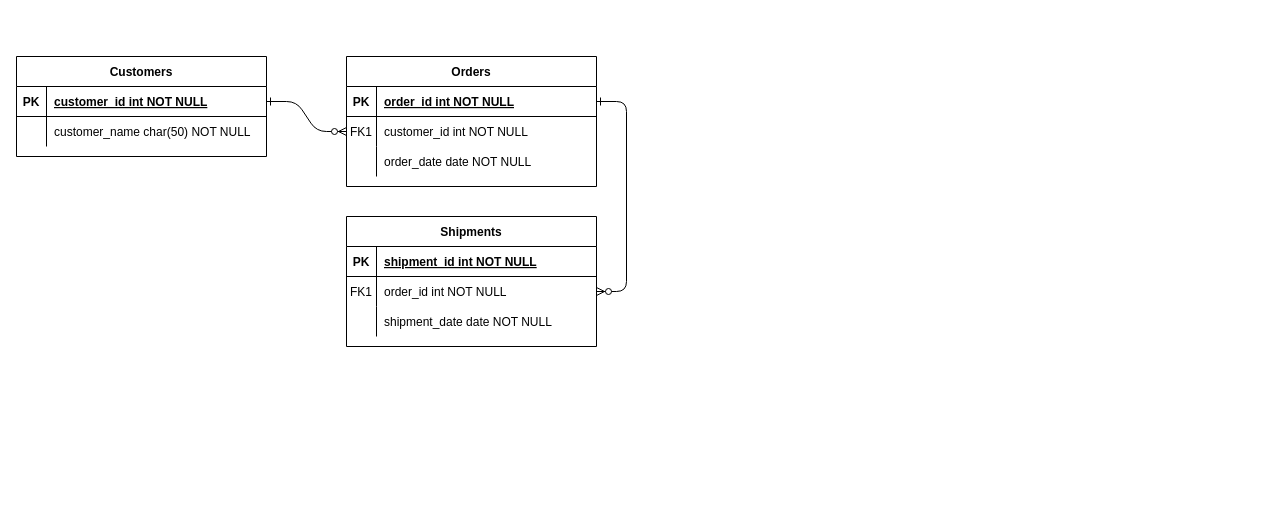
Before: ejercicio1.drawio in hbenjumea/db-mysql-dh, a draw.io diagram. Source tidied: cells renumbered, new cells numbered last; positions are measured from the earlier drawing's top-left corner, leaving out a move shared by most shapes. Both pictures are drawn from the tidied source at 100%, with x=0, y=0 at pixel (16, 56).
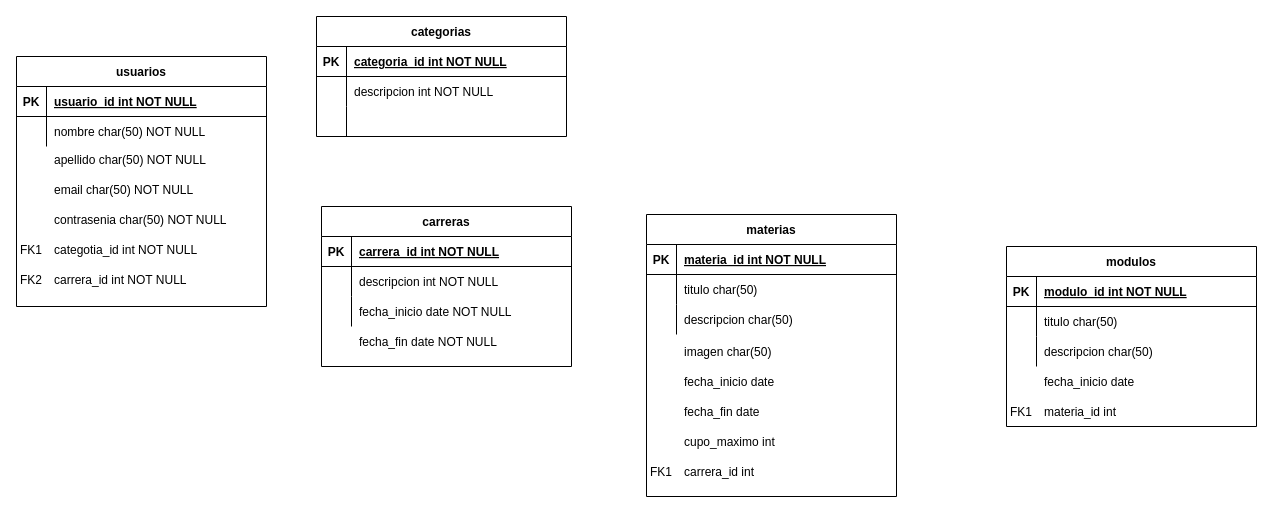
The same page after the edit.

The change refers to these unchanged cells:
```xml
<mxCell id="5" style="shape=partialRectangle;fillColor=none;points=[[0,0.5],[1,0.5]];portConstraint=eastwest;top=0;left=0;right=0;bottom=1;" parent="4" vertex="1">
  <mxGeometry y="30" width="250" height="30" as="geometry" />
</mxCell>
<mxCell id="8" style="shape=partialRectangle;fillColor=none;points=[[0,0.5],[1,0.5]];portConstraint=eastwest;top=0;left=0;right=0;bottom=0;" parent="4" vertex="1">
  <mxGeometry y="60" width="250" height="30" as="geometry" />
</mxCell>
<mxCell id="11" style="shape=partialRectangle;fillColor=none;top=0;left=0;right=0;bottom=0;" parent="4" vertex="1">
  <mxGeometry y="90" width="250" height="30" as="geometry" />
</mxCell>
<mxCell id="15" style="shape=partialRectangle;fillColor=none;top=0;left=0;right=0;bottom=1;" parent="14" vertex="1">
  <mxGeometry y="30" width="250" height="30" as="geometry" />
</mxCell>
<mxCell id="18" style="shape=partialRectangle;fillColor=none;points=[[0,0.5],[1,0.5]];portConstraint=eastwest;top=0;left=0;right=0;bottom=0;" parent="14" vertex="1">
  <mxGeometry y="60" width="250" height="30" as="geometry" />
</mxCell>
<mxCell id="21" style="shape=partialRectangle;fillColor=none;top=0;left=0;right=0;bottom=0;" parent="14" vertex="1">
  <mxGeometry y="90" width="250" height="30" as="geometry" />
</mxCell>
<mxCell id="25" style="shape=partialRectangle;fillColor=none;points=[[0,0.5],[1,0.5]];portConstraint=eastwest;top=0;left=0;right=0;bottom=1;" parent="24" vertex="1">
  <mxGeometry y="30" width="250" height="30" as="geometry" />
</mxCell>
<mxCell id="28" style="shape=partialRectangle;fillColor=none;top=0;left=0;right=0;bottom=0;" parent="24" vertex="1">
  <mxGeometry y="60" width="250" height="30" as="geometry" />
</mxCell>
```

The edit, as a diff of the source:
```diff
@@
-    <mxCell id="2" style="edgeStyle=entityRelationEdgeStyle;endArrow=ERzeroToMany;startArrow=ERone;endFill=1;startFill=0;" parent="1" edge="1" source="25" target="8">
-      <mxGeometry relative="1" as="geometry" />
-    </mxCell>
-    <mxCell id="3" style="edgeStyle=entityRelationEdgeStyle;endArrow=ERzeroToMany;startArrow=ERone;endFill=1;startFill=0;" parent="1" edge="1" source="5" target="18">
-      <mxGeometry relative="1" as="geometry" />
-    </mxCell>
-    <mxCell id="4" value="Orders" style="shape=table;startSize=30;childLayout=tableLayout;rowLines=0;fontStyle=1;align=center;" parent="1" vertex="1">
-      <mxGeometry x="330" width="250" height="130" as="geometry" />
+    <mxCell id="4" value="materias" style="shape=table;startSize=30;childLayout=tableLayout;rowLines=0;fontStyle=1;align=center;" parent="1" vertex="1">
+      <mxGeometry x="630" y="158" width="250" height="282" as="geometry" />
     </mxCell>
@@
-    <mxCell id="7" value="order_id int NOT NULL " style="shape=partialRectangle;overflow=hidden;fillColor=none;top=0;left=0;bottom=0;right=0;align=left;spacingLeft=6;fontStyle=5;" parent="5" vertex="1">
+    <mxCell id="7" value="materia_id int NOT NULL " style="shape=partialRectangle;overflow=hidden;fillColor=none;top=0;left=0;bottom=0;right=0;align=left;spacingLeft=6;fontStyle=5;" parent="5" vertex="1">
       <mxGeometry x="30" width="220" height="30" as="geometry" />
     </mxCell>
@@
-    <mxCell id="9" value="FK1" style="shape=partialRectangle;overflow=hidden;fillColor=none;top=0;left=0;bottom=0;right=0;" parent="8" vertex="1">
+    <mxCell id="9" style="shape=partialRectangle;overflow=hidden;fillColor=none;top=0;left=0;bottom=0;right=0;" parent="8" vertex="1">
       <mxGeometry width="30" height="30" as="geometry" />
     </mxCell>
-    <mxCell id="10" value="customer_id int NOT NULL" style="shape=partialRectangle;overflow=hidden;fillColor=none;top=0;left=0;bottom=0;right=0;align=left;spacingLeft=6;" parent="8" vertex="1">
+    <mxCell id="10" value="titulo char(50)" style="shape=partialRectangle;overflow=hidden;fillColor=none;top=0;left=0;bottom=0;right=0;align=left;spacingLeft=6;" parent="8" vertex="1">
       <mxGeometry x="30" width="220" height="30" as="geometry" />
     </mxCell>
@@
-    <mxCell id="13" value="order_date date NOT NULL" style="shape=partialRectangle;overflow=hidden;fillColor=none;top=0;left=0;bottom=0;right=0;align=left;spacingLeft=6;" parent="11" vertex="1">
+    <mxCell id="13" value="descripcion char(50)" style="shape=partialRectangle;overflow=hidden;fillColor=none;top=0;left=0;bottom=0;right=0;align=left;spacingLeft=6;" parent="11" vertex="1">
       <mxGeometry x="30" width="220" height="30" as="geometry" />
     </mxCell>
-    <mxCell id="14" value="Shipments" style="shape=table;startSize=30;childLayout=tableLayout;rowLines=0;fontStyle=1;align=center;" parent="1" vertex="1">
-      <mxGeometry x="330" y="160" width="250" height="130" as="geometry" />
+    <mxCell id="14" value="modulos" style="shape=table;startSize=30;childLayout=tableLayout;rowLines=0;fontStyle=1;align=center;" parent="1" vertex="1">
+      <mxGeometry x="990" y="190" width="250" height="180" as="geometry" />
     </mxCell>
@@
-    <mxCell id="17" value="shipment_id int NOT NULL " style="shape=partialRectangle;overflow=hidden;fillColor=none;top=0;left=0;bottom=0;right=0;align=left;spacingLeft=6;fontStyle=5;" parent="15" vertex="1">
+    <mxCell id="17" value="modulo_id int NOT NULL " style="shape=partialRectangle;overflow=hidden;fillColor=none;top=0;left=0;bottom=0;right=0;align=left;spacingLeft=6;fontStyle=5;" parent="15" vertex="1">
       <mxGeometry x="30" width="220" height="30" as="geometry" />
     </mxCell>
@@
-    <mxCell id="19" value="FK1" style="shape=partialRectangle;overflow=hidden;fillColor=none;top=0;left=0;bottom=0;right=0;" parent="18" vertex="1">
+    <mxCell id="19" style="shape=partialRectangle;overflow=hidden;fillColor=none;top=0;left=0;bottom=0;right=0;" parent="18" vertex="1">
       <mxGeometry width="30" height="30" as="geometry" />
     </mxCell>
-    <mxCell id="20" value="order_id int NOT NULL" style="shape=partialRectangle;overflow=hidden;fillColor=none;top=0;left=0;bottom=0;right=0;align=left;spacingLeft=6;" parent="18" vertex="1">
+    <mxCell id="20" value="titulo char(50)" style="shape=partialRectangle;overflow=hidden;fillColor=none;top=0;left=0;bottom=0;right=0;align=left;spacingLeft=6;" parent="18" vertex="1">
       <mxGeometry x="30" width="220" height="30" as="geometry" />
     </mxCell>
@@
-    <mxCell id="23" value="shipment_date date NOT NULL" style="shape=partialRectangle;overflow=hidden;fillColor=none;top=0;left=0;bottom=0;right=0;align=left;spacingLeft=6;" parent="21" vertex="1">
+    <mxCell id="23" value="descripcion char(50)" style="shape=partialRectangle;overflow=hidden;fillColor=none;top=0;left=0;bottom=0;right=0;align=left;spacingLeft=6;" parent="21" vertex="1">
       <mxGeometry x="30" width="220" height="30" as="geometry" />
     </mxCell>
-    <mxCell id="24" value="Customers" style="shape=table;startSize=30;childLayout=tableLayout;rowLines=0;fontStyle=1;align=center;" parent="1" vertex="1">
-      <mxGeometry width="250" height="100" as="geometry" />
+    <mxCell id="24" value="usuarios" style="shape=table;startSize=30;childLayout=tableLayout;rowLines=0;fontStyle=1;align=center;" parent="1" vertex="1">
+      <mxGeometry width="250" height="250" as="geometry" />
     </mxCell>
@@
-    <mxCell id="27" value="customer_id int NOT NULL " style="shape=partialRectangle;overflow=hidden;fillColor=none;top=0;left=0;bottom=0;right=0;align=left;spacingLeft=6;fontStyle=5;" parent="25" vertex="1">
+    <mxCell id="27" value="usuario_id int NOT NULL " style="shape=partialRectangle;overflow=hidden;fillColor=none;top=0;left=0;bottom=0;right=0;align=left;spacingLeft=6;fontStyle=5;" parent="25" vertex="1">
       <mxGeometry x="30" width="220" height="30" as="geometry" />
     </mxCell>
@@
-    <mxCell id="30" value="customer_name char(50) NOT NULL" style="shape=partialRectangle;overflow=hidden;fillColor=none;top=0;left=0;bottom=0;right=0;align=left;spacingLeft=6;" parent="28" vertex="1">
+    <mxCell id="30" value="nombre char(50) NOT NULL" style="shape=partialRectangle;overflow=hidden;fillColor=none;top=0;left=0;bottom=0;right=0;align=left;spacingLeft=6;" parent="28" vertex="1">
       <mxGeometry x="30" width="220" height="30" as="geometry" />
     </mxCell>
+    <mxCell id="31" value="carreras" style="shape=table;startSize=30;childLayout=tableLayout;rowLines=0;fontStyle=1;align=center;" parent="1" vertex="1">
+      <mxGeometry x="305" y="150" width="250" height="160" as="geometry" />
+    </mxCell>
+    <mxCell id="32" style="shape=partialRectangle;fillColor=none;top=0;left=0;right=0;bottom=1;" parent="31" vertex="1">
+      <mxGeometry y="30" width="250" height="30" as="geometry" />
+    </mxCell>
+    <mxCell id="33" value="PK" style="shape=partialRectangle;overflow=hidden;fillColor=none;top=0;left=0;bottom=0;right=0;fontStyle=1;" parent="32" vertex="1">
+      <mxGeometry width="30" height="30" as="geometry" />
+    </mxCell>
+    <mxCell id="34" value="carrera_id int NOT NULL " style="shape=partialRectangle;overflow=hidden;fillColor=none;top=0;left=0;bottom=0;right=0;align=left;spacingLeft=6;fontStyle=5;" parent="32" vertex="1">
+      <mxGeometry x="30" width="220" height="30" as="geometry" />
+    </mxCell>
+    <mxCell id="35" style="shape=partialRectangle;fillColor=none;top=0;left=0;right=0;bottom=0;" parent="31" vertex="1">
+      <mxGeometry y="60" width="250" height="30" as="geometry" />
+    </mxCell>
+    <mxCell id="36" style="shape=partialRectangle;overflow=hidden;fillColor=none;top=0;left=0;bottom=0;right=0;" parent="35" vertex="1">
+      <mxGeometry width="30" height="30" as="geometry" />
+    </mxCell>
+    <mxCell id="37" value="descripcion int NOT NULL" style="shape=partialRectangle;overflow=hidden;fillColor=none;top=0;left=0;bottom=0;right=0;align=left;spacingLeft=6;" parent="35" vertex="1">
+      <mxGeometry x="30" width="220" height="30" as="geometry" />
+    </mxCell>
+    <mxCell id="38" style="shape=partialRectangle;fillColor=none;top=0;left=0;right=0;bottom=0;" parent="31" vertex="1">
+      <mxGeometry y="90" width="250" height="30" as="geometry" />
+    </mxCell>
+    <mxCell id="39" style="shape=partialRectangle;overflow=hidden;fillColor=none;top=0;left=0;bottom=0;right=0;" parent="38" vertex="1">
+      <mxGeometry width="30" height="30" as="geometry" />
+    </mxCell>
+    <mxCell id="40" value="fecha_inicio date NOT NULL" style="shape=partialRectangle;overflow=hidden;fillColor=none;top=0;left=0;bottom=0;right=0;align=left;spacingLeft=6;" parent="38" vertex="1">
+      <mxGeometry x="30" width="220" height="30" as="geometry" />
+    </mxCell>
+    <mxCell id="41" value="categorias" style="shape=table;startSize=30;childLayout=tableLayout;rowLines=0;fontStyle=1;align=center;" parent="1" vertex="1">
+      <mxGeometry x="300" y="-40" width="250" height="120" as="geometry" />
+    </mxCell>
+    <mxCell id="42" style="shape=partialRectangle;fillColor=none;top=0;left=0;right=0;bottom=1;" parent="41" vertex="1">
+      <mxGeometry y="30" width="250" height="30" as="geometry" />
+    </mxCell>
+    <mxCell id="43" value="PK" style="shape=partialRectangle;overflow=hidden;fillColor=none;top=0;left=0;bottom=0;right=0;fontStyle=1;" parent="42" vertex="1">
+      <mxGeometry width="30" height="30" as="geometry" />
+    </mxCell>
+    <mxCell id="44" value="categoria_id int NOT NULL " style="shape=partialRectangle;overflow=hidden;fillColor=none;top=0;left=0;bottom=0;right=0;align=left;spacingLeft=6;fontStyle=5;" parent="42" vertex="1">
+      <mxGeometry x="30" width="220" height="30" as="geometry" />
+    </mxCell>
+    <mxCell id="45" style="shape=partialRectangle;fillColor=none;top=0;left=0;right=0;bottom=0;" parent="41" vertex="1">
+      <mxGeometry y="60" width="250" height="30" as="geometry" />
+    </mxCell>
+    <mxCell id="46" style="shape=partialRectangle;overflow=hidden;fillColor=none;top=0;left=0;bottom=0;right=0;" parent="45" vertex="1">
+      <mxGeometry width="30" height="30" as="geometry" />
+    </mxCell>
+    <mxCell id="47" value="descripcion int NOT NULL" style="shape=partialRectangle;overflow=hidden;fillColor=none;top=0;left=0;bottom=0;right=0;align=left;spacingLeft=6;" parent="45" vertex="1">
+      <mxGeometry x="30" width="220" height="30" as="geometry" />
+    </mxCell>
+    <mxCell id="48" style="shape=partialRectangle;fillColor=none;top=0;left=0;right=0;bottom=0;" parent="41" vertex="1">
+      <mxGeometry y="90" width="250" height="30" as="geometry" />
+    </mxCell>
+    <mxCell id="49" style="shape=partialRectangle;overflow=hidden;fillColor=none;top=0;left=0;bottom=0;right=0;" parent="48" vertex="1">
+      <mxGeometry width="30" height="30" as="geometry" />
+    </mxCell>
+    <mxCell id="50" style="shape=partialRectangle;overflow=hidden;fillColor=none;top=0;left=0;bottom=0;right=0;align=left;spacingLeft=6;" parent="48" vertex="1">
+      <mxGeometry x="30" width="220" height="30" as="geometry" />
+    </mxCell>
+    <mxCell id="51" value="apellido char(50) NOT NULL" style="shape=partialRectangle;overflow=hidden;fillColor=none;top=0;left=0;bottom=0;right=0;align=left;spacingLeft=6;" parent="1" vertex="1">
+      <mxGeometry x="30" y="88" width="220" height="30" as="geometry" />
+    </mxCell>
+    <mxCell id="52" value="email char(50) NOT NULL" style="shape=partialRectangle;overflow=hidden;fillColor=none;top=0;left=0;bottom=0;right=0;align=left;spacingLeft=6;" parent="1" vertex="1">
+      <mxGeometry x="30" y="118" width="220" height="30" as="geometry" />
+    </mxCell>
+    <mxCell id="53" value="contrasenia char(50) NOT NULL" style="shape=partialRectangle;overflow=hidden;fillColor=none;top=0;left=0;bottom=0;right=0;align=left;spacingLeft=6;" parent="1" vertex="1">
+      <mxGeometry x="30" y="148" width="220" height="30" as="geometry" />
+    </mxCell>
+    <mxCell id="54" value="categotia_id int NOT NULL" style="shape=partialRectangle;overflow=hidden;fillColor=none;top=0;left=0;bottom=0;right=0;align=left;spacingLeft=6;" parent="1" vertex="1">
+      <mxGeometry x="30" y="178" width="220" height="30" as="geometry" />
+    </mxCell>
+    <mxCell id="55" value="carrera_id int NOT NULL" style="shape=partialRectangle;overflow=hidden;fillColor=none;top=0;left=0;bottom=0;right=0;align=left;spacingLeft=6;" parent="1" vertex="1">
+      <mxGeometry x="30" y="208" width="220" height="30" as="geometry" />
+    </mxCell>
+    <mxCell id="56" value="FK1" style="shape=partialRectangle;overflow=hidden;fillColor=none;top=0;left=0;bottom=0;right=0;" parent="1" vertex="1">
+      <mxGeometry y="178" width="30" height="30" as="geometry" />
+    </mxCell>
+    <mxCell id="57" value="FK2" style="shape=partialRectangle;overflow=hidden;fillColor=none;top=0;left=0;bottom=0;right=0;" parent="1" vertex="1">
+      <mxGeometry y="208" width="30" height="30" as="geometry" />
+    </mxCell>
+    <mxCell id="58" style="shape=partialRectangle;fillColor=none;top=0;left=0;right=0;bottom=0;" parent="1" vertex="1">
+      <mxGeometry x="305" y="270" width="250" height="30" as="geometry" />
+    </mxCell>
+    <mxCell id="59" style="shape=partialRectangle;overflow=hidden;fillColor=none;top=0;left=0;bottom=0;right=0;" parent="58" vertex="1">
+      <mxGeometry width="30" height="30" as="geometry" />
+    </mxCell>
+    <mxCell id="60" value="fecha_fin date NOT NULL" style="shape=partialRectangle;overflow=hidden;fillColor=none;top=0;left=0;bottom=0;right=0;align=left;spacingLeft=6;" parent="58" vertex="1">
+      <mxGeometry x="30" width="220" height="30" as="geometry" />
+    </mxCell>
+    <mxCell id="61" value="imagen char(50)" style="shape=partialRectangle;overflow=hidden;fillColor=none;top=0;left=0;bottom=0;right=0;align=left;spacingLeft=6;" parent="1" vertex="1">
+      <mxGeometry x="660" y="280" width="220" height="30" as="geometry" />
+    </mxCell>
+    <mxCell id="62" value="fecha_inicio date" style="shape=partialRectangle;overflow=hidden;fillColor=none;top=0;left=0;bottom=0;right=0;align=left;spacingLeft=6;" parent="1" vertex="1">
+      <mxGeometry x="660" y="310" width="220" height="30" as="geometry" />
+    </mxCell>
+    <mxCell id="63" value="fecha_fin date" style="shape=partialRectangle;overflow=hidden;fillColor=none;top=0;left=0;bottom=0;right=0;align=left;spacingLeft=6;" parent="1" vertex="1">
+      <mxGeometry x="660" y="340" width="220" height="30" as="geometry" />
+    </mxCell>
+    <mxCell id="64" value="cupo_maximo int" style="shape=partialRectangle;overflow=hidden;fillColor=none;top=0;left=0;bottom=0;right=0;align=left;spacingLeft=6;" parent="1" vertex="1">
+      <mxGeometry x="660" y="370" width="220" height="30" as="geometry" />
+    </mxCell>
+    <mxCell id="65" value="fecha_inicio date" style="shape=partialRectangle;overflow=hidden;fillColor=none;top=0;left=0;bottom=0;right=0;align=left;spacingLeft=6;" parent="1" vertex="1">
+      <mxGeometry x="1020" y="310" width="220" height="30" as="geometry" />
+    </mxCell>
+    <mxCell id="66" value="carrera_id int" style="shape=partialRectangle;overflow=hidden;fillColor=none;top=0;left=0;bottom=0;right=0;align=left;spacingLeft=6;" parent="1" vertex="1">
+      <mxGeometry x="660" y="400" width="220" height="30" as="geometry" />
+    </mxCell>
+    <mxCell id="67" value="FK1" style="shape=partialRectangle;overflow=hidden;fillColor=none;top=0;left=0;bottom=0;right=0;" parent="1" vertex="1">
+      <mxGeometry x="630" y="400" width="30" height="30" as="geometry" />
+    </mxCell>
+    <mxCell id="68" value="materia_id int" style="shape=partialRectangle;overflow=hidden;fillColor=none;top=0;left=0;bottom=0;right=0;align=left;spacingLeft=6;" parent="1" vertex="1">
+      <mxGeometry x="1020" y="340" width="220" height="30" as="geometry" />
+    </mxCell>
+    <mxCell id="69" value="FK1" style="shape=partialRectangle;overflow=hidden;fillColor=none;top=0;left=0;bottom=0;right=0;" parent="1" vertex="1">
+      <mxGeometry x="990" y="340" width="30" height="30" as="geometry" />
+    </mxCell>
```
